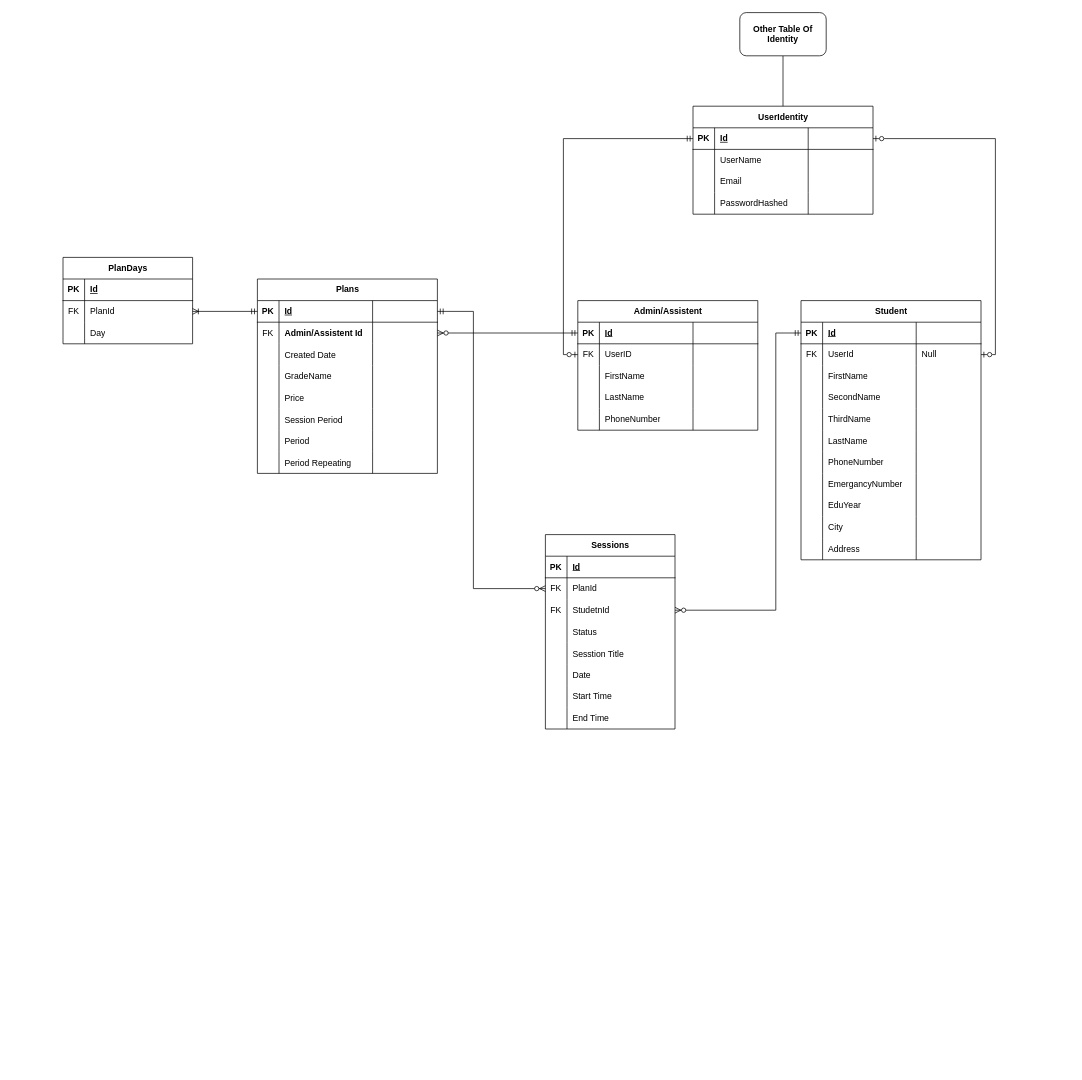
Above: page "Schema" (2 of 3) of assistants/Digram/DrossyAppDb.drawio in Git-Mohammed/Drosy-WebApi (draw.io), before the change. Source tidied: cells renumbered, new cells numbered last; positions are measured from the earlier drawing's top-left corner, leaving out a move shared by most shapes. Both pictures are drawn from the tidied source at 72%, with x=0, y=0 at pixel (63, 12).
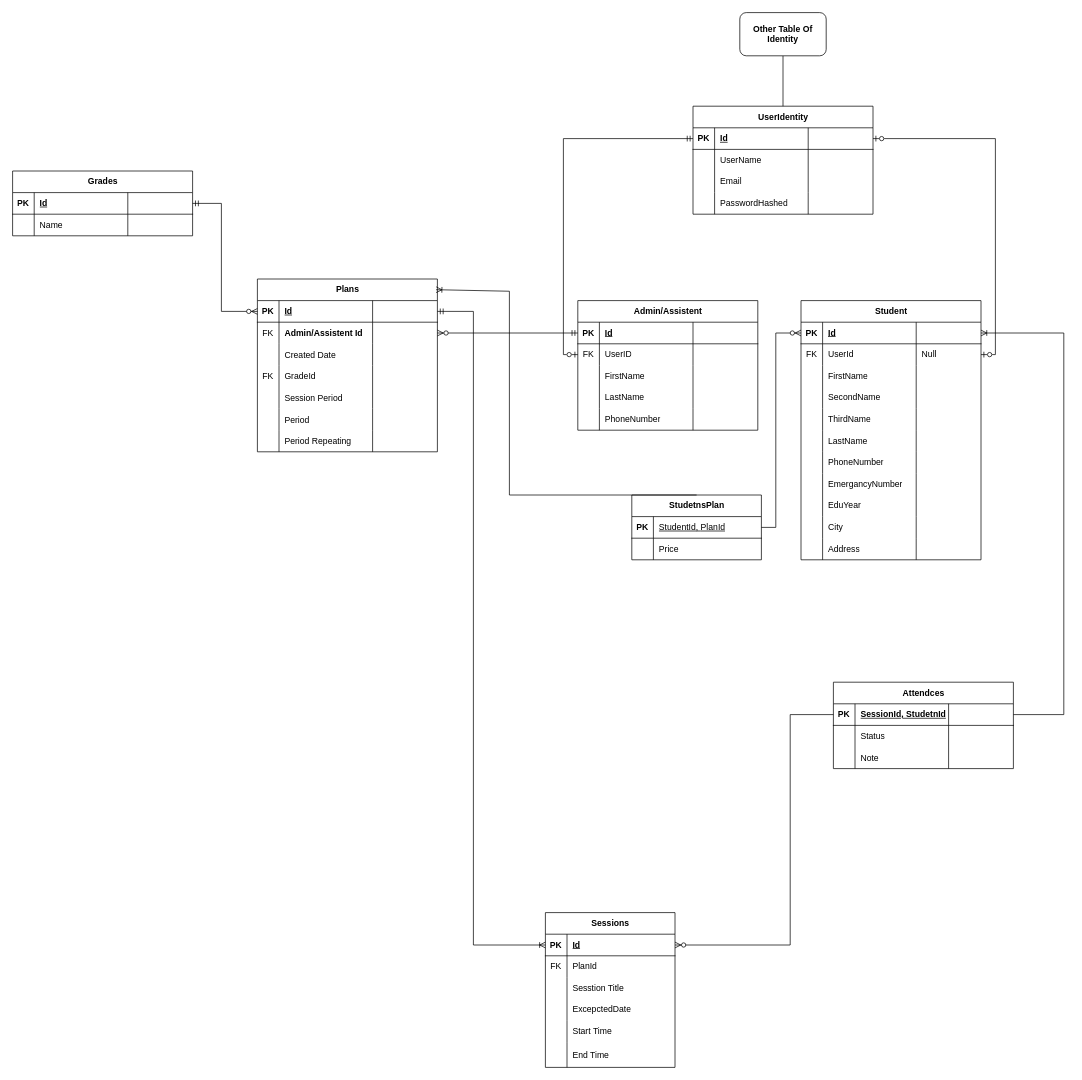
The same diagram, later.

The change refers to these unchanged cells:
```xml
<mxCell id="41" style="shape=tableRow;horizontal=0;startSize=0;swimlaneHead=0;swimlaneBody=0;fillColor=none;points=[[0,0.5],[1,0.5]];portConstraint=eastwest;top=0;left=0;right=0;bottom=1;" parent="40" vertex="1">
  <mxGeometry y="30" width="250" height="30" as="geometry" />
</mxCell>
<mxCell id="90" style="shape=tableRow;horizontal=0;startSize=0;swimlaneHead=0;swimlaneBody=0;fillColor=none;points=[[0,0.5],[1,0.5]];portConstraint=eastwest;top=0;left=0;right=0;bottom=1;" parent="89" vertex="1">
  <mxGeometry y="30" width="250" height="30" as="geometry" />
</mxCell>
<mxCell id="102" style="shape=tableRow;horizontal=0;startSize=0;swimlaneHead=0;swimlaneBody=0;fillColor=none;top=0;left=0;right=0;bottom=0;" parent="89" vertex="1">
  <mxGeometry y="120" width="250" height="30" as="geometry" />
</mxCell>
<mxCell id="135" style="shape=tableRow;horizontal=0;startSize=0;swimlaneHead=0;swimlaneBody=0;fillColor=none;points=[[0,0.5],[1,0.5]];portConstraint=eastwest;top=0;left=0;right=0;bottom=1;" parent="134" vertex="1">
  <mxGeometry y="30" width="180" height="30" as="geometry" />
</mxCell>
<mxCell id="138" style="shape=tableRow;horizontal=0;startSize=0;swimlaneHead=0;swimlaneBody=0;fillColor=none;points=[[0,0.5],[1,0.5]];portConstraint=eastwest;top=0;left=0;right=0;bottom=0;" parent="134" vertex="1">
  <mxGeometry y="60" width="180" height="30" as="geometry" />
</mxCell>
```

Change to the diagram source:
```diff
@@
     <mxCell id="89" value="Plans" style="shape=table;startSize=30;childLayout=tableLayout;rowLines=0;fontStyle=1;align=center;html=1;" parent="1" vertex="1">
-      <mxGeometry x="270" y="370" width="250" height="270" as="geometry" />
+      <mxGeometry x="270" y="370" width="250" height="240" as="geometry" />
     </mxCell>
@@
-    <mxCell id="103" style="shape=partialRectangle;fillColor=none;top=0;left=0;bottom=0;right=0;overflow=hidden;" parent="102" vertex="1">
+    <mxCell id="103" value="FK" style="shape=partialRectangle;fillColor=none;top=0;left=0;bottom=0;right=0;overflow=hidden;" parent="102" vertex="1">
       <mxGeometry width="30" height="30" as="geometry" />
     </mxCell>
-    <mxCell id="104" value="GradeName" style="shape=partialRectangle;fillColor=none;top=0;left=0;bottom=0;right=0;align=left;spacingLeft=6;overflow=hidden;" parent="102" vertex="1">
+    <mxCell id="104" value="GradeId" style="shape=partialRectangle;fillColor=none;top=0;left=0;bottom=0;right=0;align=left;spacingLeft=6;overflow=hidden;" parent="102" vertex="1">
       <mxGeometry x="30" width="130" height="30" as="geometry" />
     </mxCell>
@@
-    <mxCell id="106" style="shape=tableRow;horizontal=0;startSize=0;swimlaneHead=0;swimlaneBody=0;fillColor=none;top=0;left=0;right=0;bottom=0;" parent="89" vertex="1">
-      <mxGeometry y="150" width="250" height="30" as="geometry" />
-    </mxCell>
-    <mxCell id="107" style="shape=partialRectangle;fillColor=none;top=0;left=0;bottom=0;right=0;overflow=hidden;" parent="106" vertex="1">
-      <mxGeometry width="30" height="30" as="geometry" />
-    </mxCell>
-    <mxCell id="108" value="Price" style="shape=partialRectangle;fillColor=none;top=0;left=0;bottom=0;right=0;align=left;spacingLeft=6;overflow=hidden;" parent="106" vertex="1">
-      <mxGeometry x="30" width="130" height="30" as="geometry" />
-    </mxCell>
-    <mxCell id="109" style="shape=partialRectangle;fillColor=none;top=0;left=0;bottom=0;right=0;align=left;spacingLeft=6;overflow=hidden;" parent="106" vertex="1">
-      <mxGeometry x="160" width="90" height="30" as="geometry" />
-    </mxCell>
     <mxCell id="110" style="shape=tableRow;horizontal=0;startSize=0;swimlaneHead=0;swimlaneBody=0;fillColor=none;top=0;left=0;right=0;bottom=0;" parent="89" vertex="1">
-      <mxGeometry y="180" width="250" height="30" as="geometry" />
+      <mxGeometry y="150" width="250" height="30" as="geometry" />
     </mxCell>
@@
     <mxCell id="114" style="shape=tableRow;horizontal=0;startSize=0;swimlaneHead=0;swimlaneBody=0;fillColor=none;top=0;left=0;right=0;bottom=0;" parent="89" vertex="1">
-      <mxGeometry y="210" width="250" height="30" as="geometry" />
+      <mxGeometry y="180" width="250" height="30" as="geometry" />
     </mxCell>
@@
     <mxCell id="118" style="shape=tableRow;horizontal=0;startSize=0;swimlaneHead=0;swimlaneBody=0;fillColor=none;top=0;left=0;right=0;bottom=0;" parent="89" vertex="1">
-      <mxGeometry y="240" width="250" height="30" as="geometry" />
+      <mxGeometry y="210" width="250" height="30" as="geometry" />
     </mxCell>
@@
-    <mxCell id="122" value="PlanDays" style="shape=table;startSize=30;childLayout=tableLayout;rowLines=0;fontStyle=1;align=center;html=1;" parent="1" vertex="1">
-      <mxGeometry y="340" width="180" height="120" as="geometry" />
-    </mxCell>
-    <mxCell id="123" style="shape=tableRow;horizontal=0;startSize=0;swimlaneHead=0;swimlaneBody=0;fillColor=none;points=[[0,0.5],[1,0.5]];portConstraint=eastwest;top=0;left=0;right=0;bottom=1;" parent="122" vertex="1">
-      <mxGeometry y="30" width="180" height="30" as="geometry" />
-    </mxCell>
-    <mxCell id="124" value="PK" style="shape=partialRectangle;fillColor=none;top=0;left=0;bottom=0;right=0;fontStyle=1;overflow=hidden;whiteSpace=wrap;html=1;" parent="123" vertex="1">
-      <mxGeometry width="30" height="30" as="geometry" />
-    </mxCell>
-    <mxCell id="125" value="Id" style="shape=partialRectangle;fillColor=none;top=0;left=0;bottom=0;right=0;align=left;spacingLeft=6;fontStyle=5;overflow=hidden;whiteSpace=wrap;html=1;" parent="123" vertex="1">
-      <mxGeometry x="30" width="150" height="30" as="geometry" />
-    </mxCell>
-    <mxCell id="126" style="shape=tableRow;horizontal=0;startSize=0;swimlaneHead=0;swimlaneBody=0;fillColor=none;points=[[0,0.5],[1,0.5]];portConstraint=eastwest;top=0;left=0;right=0;bottom=0;" parent="122" vertex="1">
-      <mxGeometry y="60" width="180" height="30" as="geometry" />
-    </mxCell>
-    <mxCell id="127" value="FK" style="shape=partialRectangle;fillColor=none;top=0;left=0;bottom=0;right=0;fontStyle=0;overflow=hidden;whiteSpace=wrap;html=1;" parent="126" vertex="1">
-      <mxGeometry width="30" height="30" as="geometry" />
-    </mxCell>
-    <mxCell id="128" value="PlanId" style="shape=partialRectangle;fillColor=none;top=0;left=0;bottom=0;right=0;align=left;spacingLeft=6;fontStyle=0;overflow=hidden;whiteSpace=wrap;html=1;" parent="126" vertex="1">
-      <mxGeometry x="30" width="150" height="30" as="geometry" />
-    </mxCell>
-    <mxCell id="129" style="shape=tableRow;horizontal=0;startSize=0;swimlaneHead=0;swimlaneBody=0;fillColor=none;top=0;left=0;right=0;bottom=0;" parent="122" vertex="1">
-      <mxGeometry y="90" width="180" height="30" as="geometry" />
-    </mxCell>
-    <mxCell id="130" style="shape=partialRectangle;fillColor=none;top=0;left=0;bottom=0;right=0;overflow=hidden;whiteSpace=wrap;html=1;" parent="129" vertex="1">
-      <mxGeometry width="30" height="30" as="geometry" />
-    </mxCell>
-    <mxCell id="131" value="Day" style="shape=partialRectangle;fillColor=none;top=0;left=0;bottom=0;right=0;align=left;spacingLeft=6;overflow=hidden;whiteSpace=wrap;html=1;" parent="129" vertex="1">
-      <mxGeometry x="30" width="150" height="30" as="geometry" />
-    </mxCell>
-    <mxCell id="132" style="fontSize=12;html=1;endArrow=ERoneToMany;startArrow=ERmandOne;rounded=0;entryX=1;entryY=0.5;entryDx=0;entryDy=0;exitX=0;exitY=0.5;exitDx=0;exitDy=0;" parent="1" edge="1" source="90" target="126">
-      <mxGeometry relative="1" as="geometry" />
-    </mxCell>
@@
     <mxCell id="134" value="Sessions" style="shape=table;startSize=30;childLayout=tableLayout;rowLines=0;fontStyle=1;align=center;html=1;" parent="1" vertex="1">
-      <mxGeometry x="670" y="725" width="180" height="270" as="geometry" />
+      <mxGeometry x="670" y="1250" width="180" height="215" as="geometry" />
     </mxCell>
@@
-    <mxCell id="141" style="shape=tableRow;horizontal=0;startSize=0;swimlaneHead=0;swimlaneBody=0;fillColor=none;points=[[0,0.5],[1,0.5]];portConstraint=eastwest;top=0;left=0;right=0;bottom=0;" parent="134" vertex="1">
-      <mxGeometry y="90" width="180" height="30" as="geometry" />
-    </mxCell>
-    <mxCell id="142" value="FK" style="shape=partialRectangle;fillColor=none;top=0;left=0;bottom=0;right=0;fontStyle=0;overflow=hidden;whiteSpace=wrap;html=1;" parent="141" vertex="1">
-      <mxGeometry width="30" height="30" as="geometry" />
-    </mxCell>
-    <mxCell id="143" value="StudetnId" style="shape=partialRectangle;fillColor=none;top=0;left=0;bottom=0;right=0;align=left;spacingLeft=6;fontStyle=0;overflow=hidden;whiteSpace=wrap;html=1;" parent="141" vertex="1">
-      <mxGeometry x="30" width="150" height="30" as="geometry" />
-    </mxCell>
-    <mxCell id="144" style="shape=tableRow;horizontal=0;startSize=0;swimlaneHead=0;swimlaneBody=0;fillColor=none;top=0;left=0;right=0;bottom=0;" parent="134" vertex="1">
-      <mxGeometry y="120" width="180" height="30" as="geometry" />
-    </mxCell>
-    <mxCell id="145" style="shape=partialRectangle;fillColor=none;top=0;left=0;bottom=0;right=0;overflow=hidden;" parent="144" vertex="1">
-      <mxGeometry width="30" height="30" as="geometry" />
-    </mxCell>
-    <mxCell id="146" value="Status" style="shape=partialRectangle;fillColor=none;top=0;left=0;bottom=0;right=0;align=left;spacingLeft=6;overflow=hidden;" parent="144" vertex="1">
-      <mxGeometry x="30" width="150" height="30" as="geometry" />
-    </mxCell>
     <mxCell id="147" style="shape=tableRow;horizontal=0;startSize=0;swimlaneHead=0;swimlaneBody=0;fillColor=none;top=0;left=0;right=0;bottom=0;" parent="134" vertex="1">
-      <mxGeometry y="150" width="180" height="30" as="geometry" />
+      <mxGeometry y="90" width="180" height="30" as="geometry" />
     </mxCell>
@@
     <mxCell id="150" style="shape=tableRow;horizontal=0;startSize=0;swimlaneHead=0;swimlaneBody=0;fillColor=none;top=0;left=0;right=0;bottom=0;" parent="134" vertex="1">
-      <mxGeometry y="180" width="180" height="30" as="geometry" />
+      <mxGeometry y="120" width="180" height="30" as="geometry" />
     </mxCell>
@@
-    <mxCell id="152" value="Date" style="shape=partialRectangle;fillColor=none;top=0;left=0;bottom=0;right=0;align=left;spacingLeft=6;overflow=hidden;whiteSpace=wrap;html=1;" parent="150" vertex="1">
+    <mxCell id="152" value="ExcepctedDate" style="shape=partialRectangle;fillColor=none;top=0;left=0;bottom=0;right=0;align=left;spacingLeft=6;overflow=hidden;whiteSpace=wrap;html=1;" parent="150" vertex="1">
       <mxGeometry x="30" width="150" height="30" as="geometry" />
     </mxCell>
     <mxCell id="153" style="shape=tableRow;horizontal=0;startSize=0;swimlaneHead=0;swimlaneBody=0;fillColor=none;top=0;left=0;right=0;bottom=0;" parent="134" vertex="1">
-      <mxGeometry y="210" width="180" height="30" as="geometry" />
+      <mxGeometry y="150" width="180" height="30" as="geometry" />
     </mxCell>
@@
     <mxCell id="156" style="shape=tableRow;horizontal=0;startSize=0;swimlaneHead=0;swimlaneBody=0;fillColor=none;top=0;left=0;right=0;bottom=0;" parent="134" vertex="1">
-      <mxGeometry y="240" width="180" height="30" as="geometry" />
+      <mxGeometry y="180" width="180" height="35" as="geometry" />
     </mxCell>
     <mxCell id="157" style="shape=partialRectangle;fillColor=none;top=0;left=0;bottom=0;right=0;overflow=hidden;whiteSpace=wrap;html=1;" parent="156" vertex="1">
-      <mxGeometry width="30" height="30" as="geometry" />
+      <mxGeometry width="30" height="35" as="geometry" />
     </mxCell>
     <mxCell id="158" value="End Time" style="shape=partialRectangle;fillColor=none;top=0;left=0;bottom=0;right=0;align=left;spacingLeft=6;overflow=hidden;whiteSpace=wrap;html=1;" parent="156" vertex="1">
-      <mxGeometry x="30" width="150" height="30" as="geometry" />
+      <mxGeometry x="30" width="150" height="35" as="geometry" />
     </mxCell>
-    <mxCell id="159" style="fontSize=12;html=1;endArrow=ERzeroToMany;startArrow=ERmandOne;rounded=0;entryX=0;entryY=0.5;entryDx=0;entryDy=0;exitX=1;exitY=0.5;exitDx=0;exitDy=0;" parent="1" edge="1" source="90" target="138">
-      <mxGeometry relative="1" as="geometry">
-        <Array as="points">
-          <mxPoint x="570" y="415" />
-          <mxPoint x="570" y="800" />
-        </Array>
-      </mxGeometry>
-    </mxCell>
-    <mxCell id="160" style="fontSize=12;html=1;endArrow=ERzeroToMany;startArrow=ERmandOne;rounded=0;entryX=1;entryY=0.5;entryDx=0;entryDy=0;exitX=0;exitY=0.5;exitDx=0;exitDy=0;" parent="1" edge="1" source="41" target="141">
-      <mxGeometry relative="1" as="geometry">
-        <Array as="points">
-          <mxPoint x="990" y="445" />
-          <mxPoint x="990" y="830" />
-        </Array>
-      </mxGeometry>
-    </mxCell>
+    <mxCell id="161" value="Grades" style="shape=table;startSize=30;childLayout=tableLayout;rowLines=0;fontStyle=1;align=center;html=1;" parent="1" vertex="1">
+      <mxGeometry x="-70" y="220" width="250" height="90" as="geometry" />
+    </mxCell>
+    <mxCell id="162" style="shape=tableRow;horizontal=0;startSize=0;swimlaneHead=0;swimlaneBody=0;fillColor=none;points=[[0,0.5],[1,0.5]];portConstraint=eastwest;top=0;left=0;right=0;bottom=1;" parent="161" vertex="1">
+      <mxGeometry y="30" width="250" height="30" as="geometry" />
+    </mxCell>
+    <mxCell id="163" value="PK" style="shape=partialRectangle;fillColor=none;top=0;left=0;bottom=0;right=0;fontStyle=1;overflow=hidden;whiteSpace=wrap;html=1;" parent="162" vertex="1">
+      <mxGeometry width="30" height="30" as="geometry" />
+    </mxCell>
+    <mxCell id="125" value="Id" style="shape=partialRectangle;fillColor=none;top=0;left=0;bottom=0;right=0;align=left;spacingLeft=6;fontStyle=5;overflow=hidden;whiteSpace=wrap;html=1;" parent="162" vertex="1">
+      <mxGeometry x="30" width="130" height="30" as="geometry" />
+    </mxCell>
+    <mxCell id="164" style="shape=partialRectangle;fillColor=none;top=0;left=0;bottom=0;right=0;align=left;spacingLeft=6;fontStyle=5;overflow=hidden;whiteSpace=wrap;html=1;" parent="162" vertex="1">
+      <mxGeometry x="160" width="90" height="30" as="geometry" />
+    </mxCell>
+    <mxCell id="165" style="shape=tableRow;horizontal=0;startSize=0;swimlaneHead=0;swimlaneBody=0;fillColor=none;top=0;left=0;right=0;bottom=0;" parent="161" vertex="1">
+      <mxGeometry y="60" width="250" height="30" as="geometry" />
+    </mxCell>
+    <mxCell id="166" style="shape=partialRectangle;fillColor=none;top=0;left=0;bottom=0;right=0;overflow=hidden;whiteSpace=wrap;html=1;" parent="165" vertex="1">
+      <mxGeometry width="30" height="30" as="geometry" />
+    </mxCell>
+    <mxCell id="167" value="Name" style="shape=partialRectangle;fillColor=none;top=0;left=0;bottom=0;right=0;align=left;spacingLeft=6;overflow=hidden;whiteSpace=wrap;html=1;" parent="165" vertex="1">
+      <mxGeometry x="30" width="130" height="30" as="geometry" />
+    </mxCell>
+    <mxCell id="168" style="shape=partialRectangle;fillColor=none;top=0;left=0;bottom=0;right=0;align=left;spacingLeft=6;overflow=hidden;whiteSpace=wrap;html=1;" parent="165" vertex="1">
+      <mxGeometry x="160" width="90" height="30" as="geometry" />
+    </mxCell>
+    <mxCell id="169" style="fontSize=12;html=1;endArrow=ERzeroToMany;startArrow=ERmandOne;rounded=0;entryX=0;entryY=0.5;entryDx=0;entryDy=0;exitX=1;exitY=0.5;exitDx=0;exitDy=0;" parent="1" edge="1" source="162" target="90">
+      <mxGeometry relative="1" as="geometry">
+        <Array as="points">
+          <mxPoint x="220" y="265" />
+          <mxPoint x="220" y="415" />
+        </Array>
+      </mxGeometry>
+    </mxCell>
+    <mxCell id="170" value="StudetnsPlan" style="shape=table;startSize=30;childLayout=tableLayout;rowLines=0;fontStyle=1;align=center;html=1;" parent="1" vertex="1">
+      <mxGeometry x="790" y="670" width="180" height="90" as="geometry" />
+    </mxCell>
+    <mxCell id="123" style="shape=tableRow;horizontal=0;startSize=0;swimlaneHead=0;swimlaneBody=0;fillColor=none;points=[[0,0.5],[1,0.5]];portConstraint=eastwest;top=0;left=0;right=0;bottom=1;" parent="170" vertex="1">
+      <mxGeometry y="30" width="180" height="30" as="geometry" />
+    </mxCell>
+    <mxCell id="171" value="PK" style="shape=partialRectangle;fillColor=none;top=0;left=0;bottom=0;right=0;fontStyle=1;overflow=hidden;whiteSpace=wrap;html=1;" parent="123" vertex="1">
+      <mxGeometry width="30" height="30" as="geometry" />
+    </mxCell>
+    <mxCell id="172" value="&lt;span style=&quot;font-weight: 400;&quot;&gt;StudentId,&amp;nbsp;&lt;/span&gt;&lt;span style=&quot;font-weight: 400;&quot;&gt;PlanId&lt;/span&gt;" style="shape=partialRectangle;fillColor=none;top=0;left=0;bottom=0;right=0;align=left;spacingLeft=6;fontStyle=5;overflow=hidden;whiteSpace=wrap;html=1;" parent="123" vertex="1">
+      <mxGeometry x="30" width="150" height="30" as="geometry" />
+    </mxCell>
+    <mxCell id="126" style="shape=tableRow;horizontal=0;startSize=0;swimlaneHead=0;swimlaneBody=0;fillColor=none;points=[[0,0.5],[1,0.5]];portConstraint=eastwest;top=0;left=0;right=0;bottom=0;" parent="170" vertex="1">
+      <mxGeometry y="60" width="180" height="30" as="geometry" />
+    </mxCell>
+    <mxCell id="173" style="shape=partialRectangle;fillColor=none;top=0;left=0;bottom=0;right=0;overflow=hidden;" parent="126" vertex="1">
+      <mxGeometry width="30" height="30" as="geometry" />
+    </mxCell>
+    <mxCell id="108" value="Price" style="shape=partialRectangle;fillColor=none;top=0;left=0;bottom=0;right=0;align=left;spacingLeft=6;overflow=hidden;" parent="126" vertex="1">
+      <mxGeometry x="30" width="150" height="30" as="geometry" />
+    </mxCell>
+    <mxCell id="174" style="fontSize=12;html=1;endArrow=ERoneToMany;rounded=0;exitX=0.5;exitY=0;exitDx=0;exitDy=0;entryX=0.993;entryY=0.062;entryDx=0;entryDy=0;entryPerimeter=0;" parent="1" edge="1" source="170" target="89">
+      <mxGeometry relative="1" as="geometry">
+        <Array as="points">
+          <mxPoint x="620" y="670" />
+          <mxPoint x="620" y="387" />
+        </Array>
+      </mxGeometry>
+    </mxCell>
+    <mxCell id="175" style="fontSize=12;html=1;endArrow=ERzeroToMany;endFill=1;rounded=0;exitX=1;exitY=0.5;exitDx=0;exitDy=0;entryX=0;entryY=0.5;entryDx=0;entryDy=0;" parent="1" edge="1" source="123" target="41">
+      <mxGeometry relative="1" as="geometry">
+        <Array as="points">
+          <mxPoint x="990" y="715" />
+          <mxPoint x="990" y="445" />
+        </Array>
+      </mxGeometry>
+    </mxCell>
+    <mxCell id="176" style="fontSize=12;html=1;endArrow=ERoneToMany;startArrow=ERmandOne;rounded=0;exitX=1;exitY=0.5;exitDx=0;exitDy=0;entryX=0;entryY=0.5;entryDx=0;entryDy=0;" parent="1" edge="1" source="90" target="135">
+      <mxGeometry relative="1" as="geometry">
+        <Array as="points">
+          <mxPoint x="570" y="415" />
+          <mxPoint x="570" y="1295" />
+        </Array>
+      </mxGeometry>
+    </mxCell>
+    <mxCell id="177" value="Attendces" style="shape=table;startSize=30;childLayout=tableLayout;rowLines=0;fontStyle=1;align=center;html=1;" parent="1" vertex="1">
+      <mxGeometry x="1070" y="930" width="250" height="120" as="geometry" />
+    </mxCell>
+    <mxCell id="178" style="shape=tableRow;horizontal=0;startSize=0;swimlaneHead=0;swimlaneBody=0;fillColor=none;points=[[0,0.5],[1,0.5]];portConstraint=eastwest;top=0;left=0;right=0;bottom=1;" parent="177" vertex="1">
+      <mxGeometry y="30" width="250" height="30" as="geometry" />
+    </mxCell>
+    <mxCell id="179" value="PK" style="shape=partialRectangle;fillColor=none;top=0;left=0;bottom=0;right=0;fontStyle=1;overflow=hidden;whiteSpace=wrap;html=1;" parent="178" vertex="1">
+      <mxGeometry width="30" height="30" as="geometry" />
+    </mxCell>
+    <mxCell id="180" value="SessionId, StudetnId" style="shape=partialRectangle;fillColor=none;top=0;left=0;bottom=0;right=0;align=left;spacingLeft=6;fontStyle=5;overflow=hidden;whiteSpace=wrap;html=1;" parent="178" vertex="1">
+      <mxGeometry x="30" width="130" height="30" as="geometry" />
+    </mxCell>
+    <mxCell id="181" style="shape=partialRectangle;fillColor=none;top=0;left=0;bottom=0;right=0;align=left;spacingLeft=6;fontStyle=5;overflow=hidden;whiteSpace=wrap;html=1;" parent="178" vertex="1">
+      <mxGeometry x="160" width="90" height="30" as="geometry" />
+    </mxCell>
+    <mxCell id="182" style="shape=tableRow;horizontal=0;startSize=0;swimlaneHead=0;swimlaneBody=0;fillColor=none;top=0;left=0;right=0;bottom=0;" parent="177" vertex="1">
+      <mxGeometry y="60" width="250" height="30" as="geometry" />
+    </mxCell>
+    <mxCell id="183" style="shape=partialRectangle;fillColor=none;top=0;left=0;bottom=0;right=0;overflow=hidden;whiteSpace=wrap;html=1;" parent="182" vertex="1">
+      <mxGeometry width="30" height="30" as="geometry" />
+    </mxCell>
+    <mxCell id="146" value="Status" style="shape=partialRectangle;fillColor=none;top=0;left=0;bottom=0;right=0;align=left;spacingLeft=6;overflow=hidden;whiteSpace=wrap;html=1;" parent="182" vertex="1">
+      <mxGeometry x="30" width="130" height="30" as="geometry" />
+    </mxCell>
+    <mxCell id="184" style="shape=partialRectangle;fillColor=none;top=0;left=0;bottom=0;right=0;align=left;spacingLeft=6;overflow=hidden;whiteSpace=wrap;html=1;" parent="182" vertex="1">
+      <mxGeometry x="160" width="90" height="30" as="geometry" />
+    </mxCell>
+    <mxCell id="185" style="shape=tableRow;horizontal=0;startSize=0;swimlaneHead=0;swimlaneBody=0;fillColor=none;top=0;left=0;right=0;bottom=0;" parent="177" vertex="1">
+      <mxGeometry y="90" width="250" height="30" as="geometry" />
+    </mxCell>
+    <mxCell id="186" style="shape=partialRectangle;fillColor=none;top=0;left=0;bottom=0;right=0;overflow=hidden;" parent="185" vertex="1">
+      <mxGeometry width="30" height="30" as="geometry" />
+    </mxCell>
+    <mxCell id="187" value="Note" style="shape=partialRectangle;fillColor=none;top=0;left=0;bottom=0;right=0;align=left;spacingLeft=6;overflow=hidden;" parent="185" vertex="1">
+      <mxGeometry x="30" width="130" height="30" as="geometry" />
+    </mxCell>
+    <mxCell id="109" style="shape=partialRectangle;fillColor=none;top=0;left=0;bottom=0;right=0;align=left;spacingLeft=6;overflow=hidden;" parent="185" vertex="1">
+      <mxGeometry x="160" width="90" height="30" as="geometry" />
+    </mxCell>
+    <mxCell id="188" style="fontSize=12;html=1;endArrow=ERoneToMany;rounded=0;exitX=1;exitY=0.5;exitDx=0;exitDy=0;entryX=1;entryY=0.5;entryDx=0;entryDy=0;" parent="1" edge="1" source="178" target="41">
+      <mxGeometry relative="1" as="geometry">
+        <Array as="points">
+          <mxPoint x="1390" y="975" />
+          <mxPoint x="1390" y="445" />
+        </Array>
+      </mxGeometry>
+    </mxCell>
+    <mxCell id="189" style="fontSize=12;html=1;endArrow=ERzeroToMany;endFill=1;rounded=0;entryX=1;entryY=0.5;entryDx=0;entryDy=0;exitX=0;exitY=0.5;exitDx=0;exitDy=0;" parent="1" edge="1" source="178" target="135">
+      <mxGeometry relative="1" as="geometry">
+        <Array as="points">
+          <mxPoint x="1010" y="975" />
+          <mxPoint x="1010" y="1295" />
+        </Array>
+      </mxGeometry>
+    </mxCell>
+    <mxCell id="190" value="&lt;div style=&quot;direction: rtl;&quot;&gt;&lt;br&gt;&lt;/div&gt;" style="text;html=1;align=center;verticalAlign=middle;strokeColor=none;fillColor=none;" parent="1" vertex="1">
+      <mxGeometry x="480" y="908" width="20" height="30" as="geometry" />
+    </mxCell>
```
